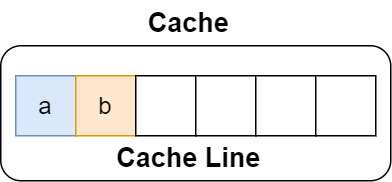
xiaolincoder/ImageHost3 keeps this draw.io diagram as 操作系统/CPU伪共享/struct_ab.png. Above is the earlier version. Source tidied: cells renumbered, new cells last; positions are measured from the earlier drawing's top-left corner, leaving out a move shared by most shapes.
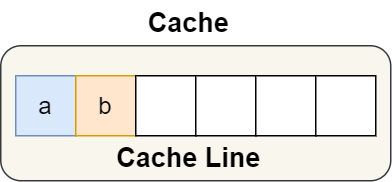
Above is the later version.

What changed in the source:
```diff
@@ -2,7 +2,7 @@
   <root>
     <mxCell id="0" />
     <mxCell id="1" parent="0" />
-    <mxCell id="2" style="rounded=1;whiteSpace=wrap;html=1;fontSize=18;" parent="1" vertex="1">
+    <mxCell id="2" style="rounded=1;whiteSpace=wrap;html=1;fontSize=18;fillColor=#f9f7ed;strokeColor=#36393d;" parent="1" vertex="1">
       <mxGeometry y="30" width="260" height="90" as="geometry" />
     </mxCell>
     <mxCell id="3" value="a" style="rounded=0;whiteSpace=wrap;html=1;fillColor=#dae8fc;strokeColor=#6c8ebf;fontSize=16;" parent="1" vertex="1">
```
